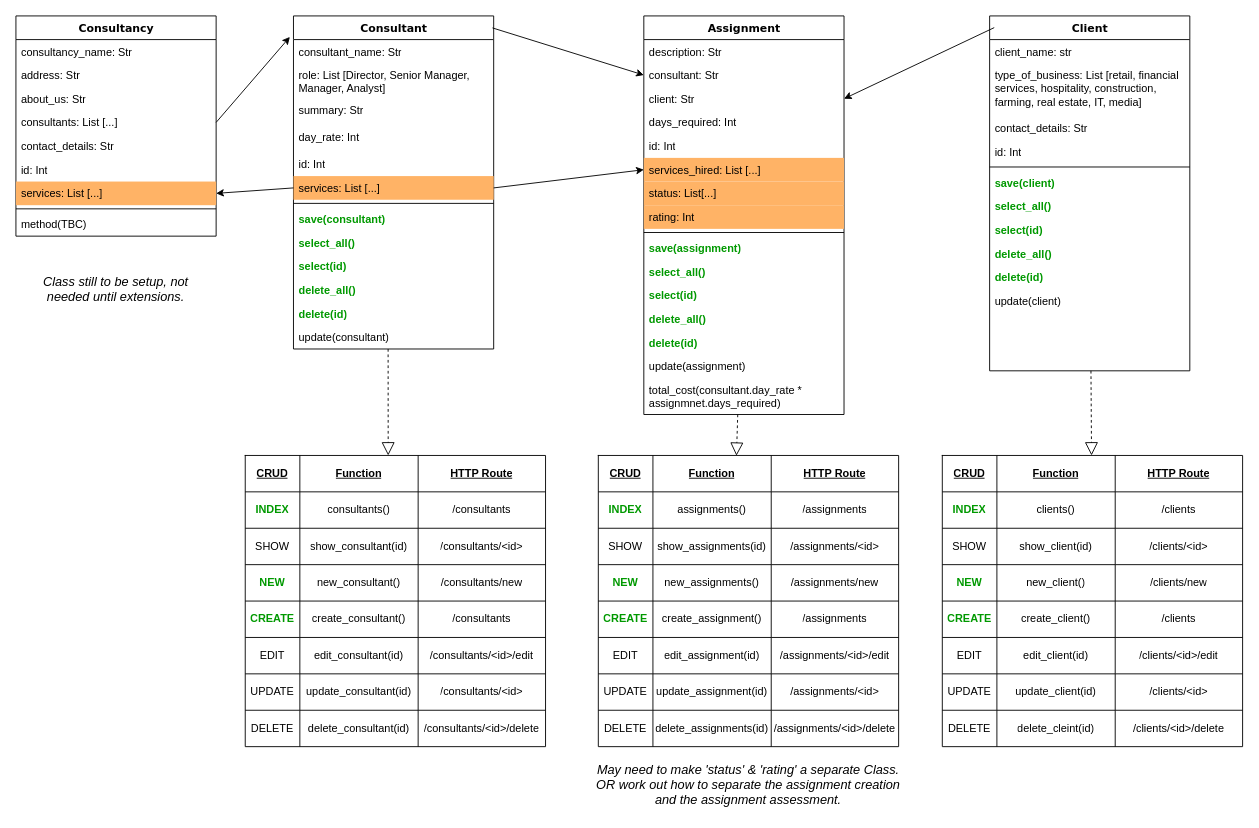
Before: planning/Class Diagrams.drawio in michaelmccoll/Project_Secure_Design, a draw.io diagram. Source tidied: cells renumbered, new cells numbered last; positions are measured from the earlier drawing's top-left corner, leaving out a move shared by most shapes. Both pictures are drawn from the tidied source at 91%, with x=0, y=0 at pixel (15, 15).
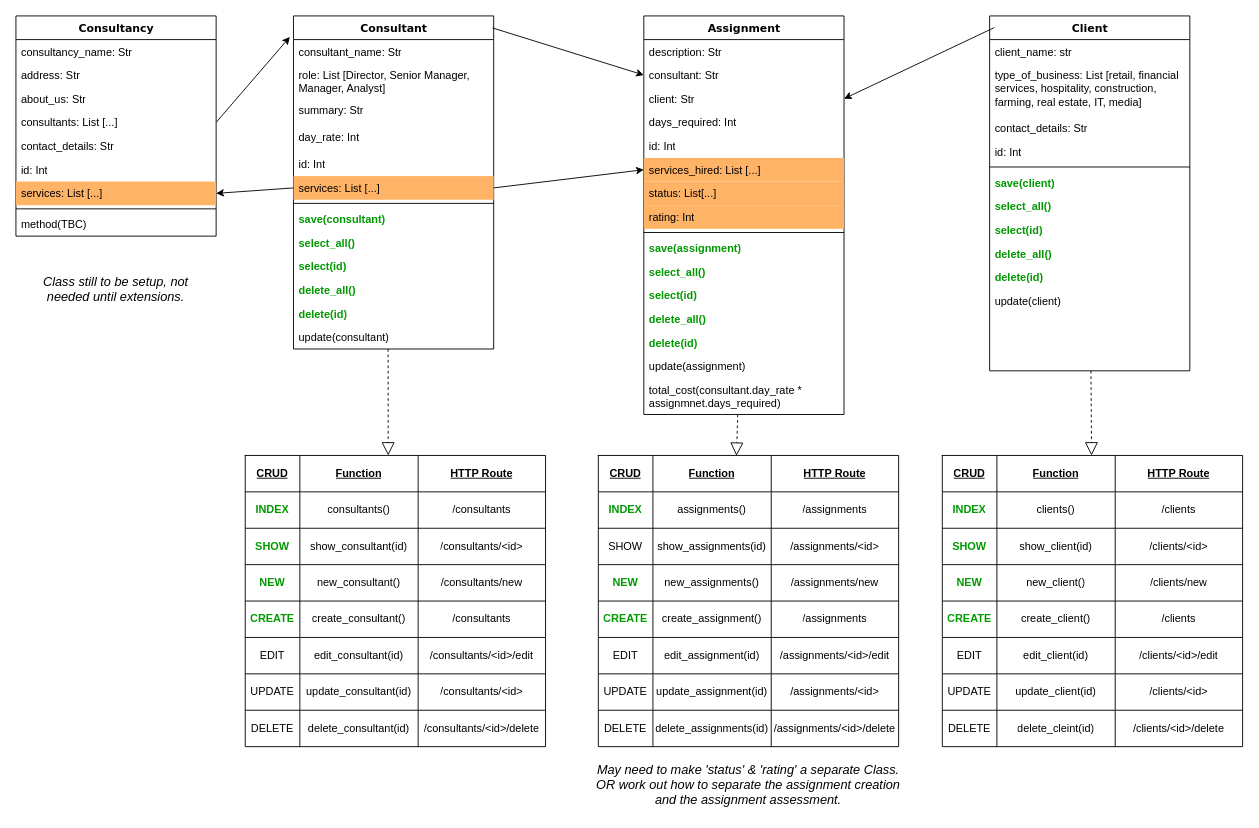
The same diagram, later.

Unchanged cells that the change refers to:
```xml
<mxCell id="50" style="shape=partialRectangle;html=1;whiteSpace=wrap;fillColor=none;top=0;left=0;bottom=0;right=0;" parent="41" vertex="1">
  <mxGeometry y="80" width="330" height="40" as="geometry" />
</mxCell>
<mxCell id="83" style="shape=partialRectangle;html=1;whiteSpace=wrap;fillColor=none;top=0;left=0;bottom=0;right=0;" parent="74" vertex="1">
  <mxGeometry y="80" width="330" height="40" as="geometry" />
</mxCell>
```

Diff of the diagram source:
```diff
@@
-    <mxCell id="51" value="SHOW" style="shape=partialRectangle;html=1;whiteSpace=wrap;overflow=hidden;fillColor=none;top=0;left=0;bottom=0;right=0;" parent="50" vertex="1">
+    <mxCell id="51" value="SHOW" style="shape=partialRectangle;html=1;whiteSpace=wrap;overflow=hidden;fillColor=none;top=0;left=0;bottom=0;right=0;fontStyle=1;fontColor=#009900;" parent="50" vertex="1">
       <mxGeometry width="60" height="40" as="geometry" />
     </mxCell>
@@
-    <mxCell id="84" value="SHOW" style="shape=partialRectangle;html=1;whiteSpace=wrap;overflow=hidden;fillColor=none;top=0;left=0;bottom=0;right=0;" parent="83" vertex="1">
+    <mxCell id="84" value="SHOW" style="shape=partialRectangle;html=1;whiteSpace=wrap;overflow=hidden;fillColor=none;top=0;left=0;bottom=0;right=0;fontColor=#009900;fontStyle=1;" parent="83" vertex="1">
       <mxGeometry width="60" height="40" as="geometry" />
     </mxCell>
```
